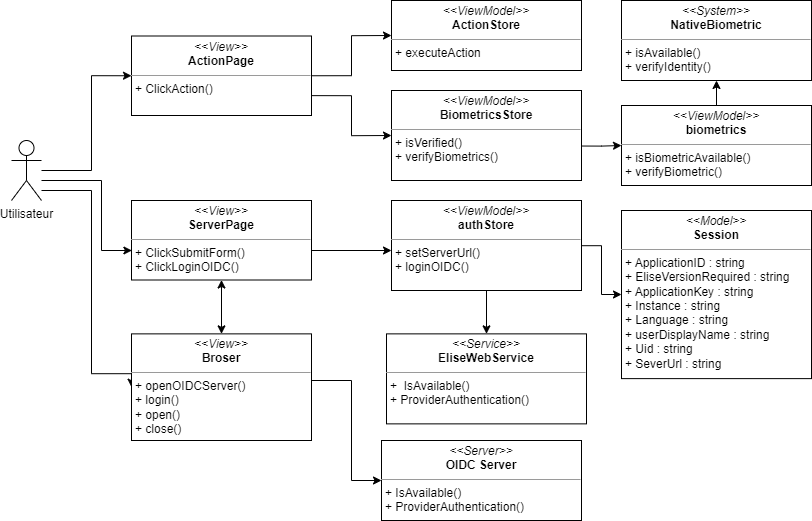
Before: images_pfe/dcc_sprint5.png, a diagram exported from draw.io (PFE-Neoledge-2023/rapport). Source tidied: cells renumbered, new cells last; positions are measured from the earlier drawing's top-left corner, leaving out a move shared by most shapes.
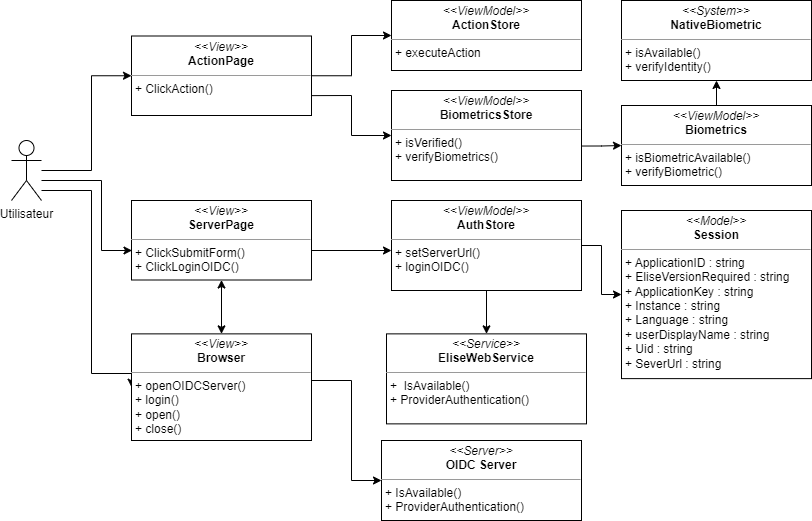
The same diagram one commit later.

What changed in the source:
```diff
@@ -46,7 +46,7 @@
     <mxCell id="9" style="edgeStyle=orthogonalEdgeStyle;rounded=0;jettySize=auto;html=1;startArrow=none;startFill=0;endArrow=classic;endFill=1;" parent="1" edge="1" source="10" target="11">
       <mxGeometry relative="1" as="geometry" />
     </mxCell>
-    <mxCell id="10" value="&lt;p style=&quot;margin:0px;margin-top:4px;text-align:center;&quot;&gt;&lt;i&gt;&amp;lt;&amp;lt;ViewModel&amp;gt;&amp;gt;&lt;/i&gt;&lt;br&gt;&lt;b&gt;authStore&lt;/b&gt;&lt;/p&gt;&lt;hr size=&quot;1&quot;&gt;&lt;p style=&quot;margin:0px;margin-left:4px;&quot;&gt;&lt;/p&gt;&lt;p style=&quot;margin:0px;margin-left:4px;&quot;&gt;+ setServerUrl()&lt;/p&gt;&lt;p style=&quot;margin:0px;margin-left:4px;&quot;&gt;+ loginOIDC()&lt;/p&gt;" style="verticalAlign=top;align=left;overflow=fill;fontSize=12;fontFamily=Helvetica;html=1;whiteSpace=wrap;" parent="1" vertex="1">
+    <mxCell id="10" value="&lt;p style=&quot;margin:0px;margin-top:4px;text-align:center;&quot;&gt;&lt;i&gt;&amp;lt;&amp;lt;ViewModel&amp;gt;&amp;gt;&lt;/i&gt;&lt;br&gt;&lt;b&gt;AuthStore&lt;/b&gt;&lt;/p&gt;&lt;hr size=&quot;1&quot;&gt;&lt;p style=&quot;margin:0px;margin-left:4px;&quot;&gt;&lt;/p&gt;&lt;p style=&quot;margin:0px;margin-left:4px;&quot;&gt;+ setServerUrl()&lt;/p&gt;&lt;p style=&quot;margin:0px;margin-left:4px;&quot;&gt;+ loginOIDC()&lt;/p&gt;" style="verticalAlign=top;align=left;overflow=fill;fontSize=12;fontFamily=Helvetica;html=1;whiteSpace=wrap;" parent="1" vertex="1">
       <mxGeometry x="380" y="200" width="190" height="90" as="geometry" />
     </mxCell>
     <mxCell id="11" value="&lt;p style=&quot;margin:0px;margin-top:4px;text-align:center;&quot;&gt;&lt;i&gt;&amp;lt;&amp;lt;Model&amp;gt;&amp;gt;&lt;/i&gt;&lt;br&gt;&lt;b&gt;Session&lt;/b&gt;&lt;/p&gt;&lt;hr size=&quot;1&quot;&gt;&lt;p style=&quot;margin:0px;margin-left:4px;&quot;&gt;+ ApplicationID : string&amp;nbsp;&lt;/p&gt;&lt;p style=&quot;margin:0px;margin-left:4px;&quot;&gt;+ EliseVersionRequired : string&lt;/p&gt;&lt;p style=&quot;margin:0px;margin-left:4px;&quot;&gt;+ ApplicationKey : string&lt;/p&gt;&lt;p style=&quot;margin:0px;margin-left:4px;&quot;&gt;+ Instance : string&lt;/p&gt;&lt;p style=&quot;margin:0px;margin-left:4px;&quot;&gt;+ Language : string&lt;/p&gt;&lt;p style=&quot;margin:0px;margin-left:4px;&quot;&gt;+ userDisplayName : string&lt;/p&gt;&lt;p style=&quot;margin:0px;margin-left:4px;&quot;&gt;+ Uid : string&lt;/p&gt;&lt;p style=&quot;margin:0px;margin-left:4px;&quot;&gt;+ SeverUrl : string&amp;nbsp;&amp;nbsp;&lt;/p&gt;&lt;p style=&quot;margin:0px;margin-left:4px;&quot;&gt;&lt;br&gt;&lt;/p&gt;" style="verticalAlign=top;align=left;overflow=fill;fontSize=12;fontFamily=Helvetica;html=1;whiteSpace=wrap;" parent="1" vertex="1">
@@ -79,7 +79,7 @@
     <mxCell id="20" style="edgeStyle=orthogonalEdgeStyle;rounded=0;html=1;entryX=0.5;entryY=1;entryDx=0;entryDy=0;" parent="1" edge="1" source="21" target="22">
       <mxGeometry relative="1" as="geometry" />
     </mxCell>
-    <mxCell id="21" value="&lt;p style=&quot;margin:0px;margin-top:4px;text-align:center;&quot;&gt;&lt;i&gt;&amp;lt;&amp;lt;ViewModel&amp;gt;&amp;gt;&lt;/i&gt;&lt;br&gt;&lt;b&gt;biometrics&lt;/b&gt;&lt;/p&gt;&lt;hr size=&quot;1&quot;&gt;&lt;p style=&quot;margin:0px;margin-left:4px;&quot;&gt;&lt;/p&gt;&lt;p style=&quot;margin:0px;margin-left:4px;&quot;&gt;+ isBiometricAvailable()&lt;br&gt;&lt;/p&gt;&lt;p style=&quot;margin:0px;margin-left:4px;&quot;&gt;+ verifyBiometric()&lt;/p&gt;" style="verticalAlign=top;align=left;overflow=fill;fontSize=12;fontFamily=Helvetica;html=1;whiteSpace=wrap;" parent="1" vertex="1">
+    <mxCell id="21" value="&lt;p style=&quot;margin:0px;margin-top:4px;text-align:center;&quot;&gt;&lt;i&gt;&amp;lt;&amp;lt;ViewModel&amp;gt;&amp;gt;&lt;/i&gt;&lt;br&gt;&lt;b&gt;Biometrics&lt;/b&gt;&lt;/p&gt;&lt;hr size=&quot;1&quot;&gt;&lt;p style=&quot;margin:0px;margin-left:4px;&quot;&gt;&lt;/p&gt;&lt;p style=&quot;margin:0px;margin-left:4px;&quot;&gt;+ isBiometricAvailable()&lt;br&gt;&lt;/p&gt;&lt;p style=&quot;margin:0px;margin-left:4px;&quot;&gt;+ verifyBiometric()&lt;/p&gt;" style="verticalAlign=top;align=left;overflow=fill;fontSize=12;fontFamily=Helvetica;html=1;whiteSpace=wrap;" parent="1" vertex="1">
       <mxGeometry x="610" y="105" width="190" height="80" as="geometry" />
     </mxCell>
     <mxCell id="22" value="&lt;p style=&quot;margin:0px;margin-top:4px;text-align:center;&quot;&gt;&lt;i&gt;&amp;lt;&amp;lt;System&amp;gt;&amp;gt;&lt;/i&gt;&lt;br&gt;&lt;b&gt;NativeBiometric&lt;/b&gt;&lt;/p&gt;&lt;hr size=&quot;1&quot;&gt;&lt;p style=&quot;margin:0px;margin-left:4px;&quot;&gt;&lt;/p&gt;&lt;p style=&quot;margin:0px;margin-left:4px;&quot;&gt;+ isAvailable()&lt;br&gt;&lt;/p&gt;&lt;p style=&quot;margin:0px;margin-left:4px;&quot;&gt;+ verifyIdentity()&lt;/p&gt;" style="verticalAlign=top;align=left;overflow=fill;fontSize=12;fontFamily=Helvetica;html=1;whiteSpace=wrap;" parent="1" vertex="1">
@@ -93,7 +93,7 @@
         </Array>
       </mxGeometry>
     </mxCell>
-    <mxCell id="24" value="&lt;p style=&quot;margin:0px;margin-top:4px;text-align:center;&quot;&gt;&lt;i&gt;&amp;lt;&amp;lt;View&amp;gt;&amp;gt;&lt;/i&gt;&lt;br&gt;&lt;b&gt;Broser&lt;/b&gt;&lt;/p&gt;&lt;hr style=&quot;border-color: var(--border-color);&quot; size=&quot;1&quot;&gt;&lt;p style=&quot;border-color: var(--border-color); margin: 0px 0px 0px 4px;&quot;&gt;+ openOIDCServer()&lt;br&gt;&lt;/p&gt;&lt;p style=&quot;border-color: var(--border-color); margin: 0px 0px 0px 4px;&quot;&gt;+ login()&lt;/p&gt;&lt;p style=&quot;border-color: var(--border-color); margin: 0px 0px 0px 4px;&quot;&gt;+ open()&lt;/p&gt;&lt;p style=&quot;border-color: var(--border-color); margin: 0px 0px 0px 4px;&quot;&gt;+ close()&lt;/p&gt;&lt;p style=&quot;border-color: var(--border-color); margin: 0px 0px 0px 4px;&quot;&gt;&lt;br&gt;&lt;/p&gt;&lt;p style=&quot;border-color: var(--border-color); margin: 0px 0px 0px 4px;&quot;&gt;&lt;br&gt;&lt;/p&gt;" style="verticalAlign=top;align=left;overflow=fill;fontSize=12;fontFamily=Helvetica;html=1;whiteSpace=wrap;" parent="1" vertex="1">
+    <mxCell id="24" value="&lt;p style=&quot;margin:0px;margin-top:4px;text-align:center;&quot;&gt;&lt;i&gt;&amp;lt;&amp;lt;View&amp;gt;&amp;gt;&lt;/i&gt;&lt;br&gt;&lt;b&gt;Browser&lt;/b&gt;&lt;br&gt;&lt;/p&gt;&lt;hr style=&quot;border-color: var(--border-color);&quot; size=&quot;1&quot;&gt;&lt;p style=&quot;border-color: var(--border-color); margin: 0px 0px 0px 4px;&quot;&gt;+ openOIDCServer()&lt;br&gt;&lt;/p&gt;&lt;p style=&quot;border-color: var(--border-color); margin: 0px 0px 0px 4px;&quot;&gt;+ login()&lt;/p&gt;&lt;p style=&quot;border-color: var(--border-color); margin: 0px 0px 0px 4px;&quot;&gt;+ open()&lt;/p&gt;&lt;p style=&quot;border-color: var(--border-color); margin: 0px 0px 0px 4px;&quot;&gt;+ close()&lt;/p&gt;&lt;p style=&quot;border-color: var(--border-color); margin: 0px 0px 0px 4px;&quot;&gt;&lt;br&gt;&lt;/p&gt;&lt;p style=&quot;border-color: var(--border-color); margin: 0px 0px 0px 4px;&quot;&gt;&lt;br&gt;&lt;/p&gt;" style="verticalAlign=top;align=left;overflow=fill;fontSize=12;fontFamily=Helvetica;html=1;whiteSpace=wrap;" parent="1" vertex="1">
       <mxGeometry x="120" y="333.4" width="180" height="106.6" as="geometry" />
     </mxCell>
     <mxCell id="25" value="&lt;p style=&quot;margin:0px;margin-top:4px;text-align:center;&quot;&gt;&lt;i&gt;&amp;lt;&amp;lt;Server&amp;gt;&amp;gt;&lt;/i&gt;&lt;br&gt;&lt;b&gt;OIDC Server&lt;/b&gt;&lt;/p&gt;&lt;hr size=&quot;1&quot;&gt;&lt;p style=&quot;margin:0px;margin-left:4px;&quot;&gt;&lt;/p&gt;&lt;p style=&quot;margin:0px;margin-left:4px;&quot;&gt;+ IsAvailable()&lt;/p&gt;&lt;p style=&quot;margin:0px;margin-left:4px;&quot;&gt;+ ProviderAuthentication()&lt;/p&gt;" style="verticalAlign=top;align=left;overflow=fill;fontSize=12;fontFamily=Helvetica;html=1;whiteSpace=wrap;" parent="1" vertex="1">
```
